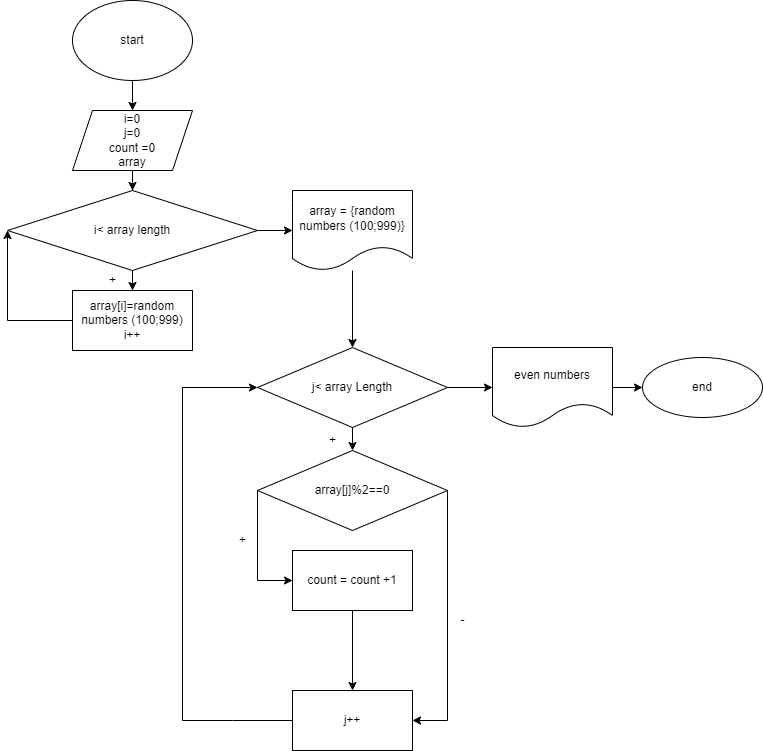
Before: 001/001(5).drawio.png, a diagram exported from draw.io (AlexandraZueva/Practical_5). Source tidied: cells renumbered, new cells last; positions are measured from the earlier drawing's top-left corner, leaving out a move shared by most shapes.
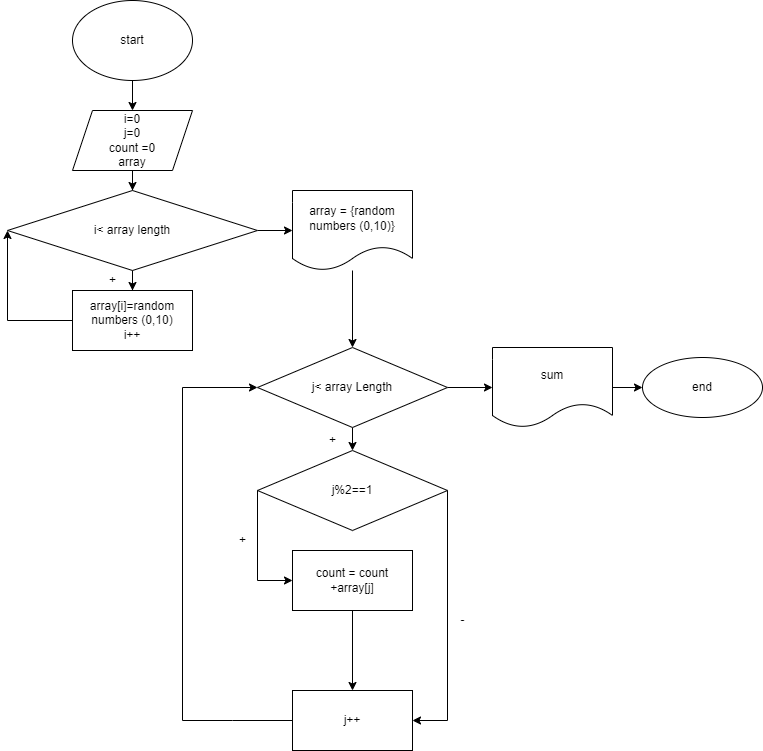
Later version of the same file.

What changed in the source:
```diff
@@ -23,7 +23,7 @@
     <mxCell id="8" value="i&amp;lt; array length" style="rhombus;whiteSpace=wrap;html=1;" parent="1" vertex="1">
       <mxGeometry y="190" width="250" height="80" as="geometry" />
     </mxCell>
-    <mxCell id="9" value="array[i]=random numbers (100;999)&lt;br&gt;i++" style="whiteSpace=wrap;html=1;" parent="1" vertex="1">
+    <mxCell id="9" value="array[i]=random numbers (0,10)&lt;br&gt;i++" style="whiteSpace=wrap;html=1;" parent="1" vertex="1">
       <mxGeometry x="65" y="290" width="120" height="60" as="geometry" />
     </mxCell>
     <mxCell id="10" style="endArrow=classic;html=1;rounded=0;exitX=0;exitY=0.5;exitDx=0;exitDy=0;entryX=0;entryY=0.5;entryDx=0;entryDy=0;" parent="1" edge="1" source="9" target="8">
@@ -39,7 +39,7 @@
     <mxCell id="12" style="edgeStyle=orthogonalEdgeStyle;rounded=0;jettySize=auto;html=1;" parent="1" edge="1" source="13" target="16">
       <mxGeometry relative="1" as="geometry" />
     </mxCell>
-    <mxCell id="13" value="array = {random numbers (100;999)}" style="shape=document;whiteSpace=wrap;html=1;boundedLbl=1;" parent="1" vertex="1">
+    <mxCell id="13" value="array = {random numbers (0,10)}" style="shape=document;whiteSpace=wrap;html=1;boundedLbl=1;" parent="1" vertex="1">
       <mxGeometry x="285" y="190" width="120" height="80" as="geometry" />
     </mxCell>
     <mxCell id="14" style="edgeStyle=orthogonalEdgeStyle;rounded=0;jettySize=auto;html=1;" parent="1" edge="1" source="16" target="17">
@@ -51,7 +51,7 @@
     <mxCell id="16" value="j&amp;lt; array Length" style="rhombus;whiteSpace=wrap;html=1;" parent="1" vertex="1">
       <mxGeometry x="250" y="347" width="190" height="80" as="geometry" />
     </mxCell>
-    <mxCell id="17" value="array[j]%2==0" style="rhombus;whiteSpace=wrap;html=1;" parent="1" vertex="1">
+    <mxCell id="17" value="j%2==1" style="rhombus;whiteSpace=wrap;html=1;" parent="1" vertex="1">
       <mxGeometry x="250" y="450" width="190" height="80" as="geometry" />
     </mxCell>
     <mxCell id="18" value="+" style="text;html=1;align=center;verticalAlign=middle;strokeColor=none;fillColor=none;" parent="1" vertex="1">
@@ -60,7 +60,7 @@
     <mxCell id="19" style="edgeStyle=orthogonalEdgeStyle;rounded=0;jettySize=auto;html=1;" parent="1" edge="1" source="20" target="22">
       <mxGeometry relative="1" as="geometry" />
     </mxCell>
-    <mxCell id="20" value="count = count +1&lt;br&gt;" style="whiteSpace=wrap;html=1;" parent="1" vertex="1">
+    <mxCell id="20" value="count = count +array[j]" style="whiteSpace=wrap;html=1;" parent="1" vertex="1">
       <mxGeometry x="285" y="550" width="120" height="60" as="geometry" />
     </mxCell>
     <mxCell id="21" value="+" style="text;html=1;align=center;verticalAlign=middle;strokeColor=none;fillColor=none;" parent="1" vertex="1">
@@ -98,7 +98,7 @@
     <mxCell id="27" style="edgeStyle=orthogonalEdgeStyle;rounded=0;jettySize=auto;html=1;" parent="1" edge="1" source="28" target="29">
       <mxGeometry relative="1" as="geometry" />
     </mxCell>
-    <mxCell id="28" value="even numbers" style="shape=document;whiteSpace=wrap;html=1;boundedLbl=1;" parent="1" vertex="1">
+    <mxCell id="28" value="sum" style="shape=document;whiteSpace=wrap;html=1;boundedLbl=1;" parent="1" vertex="1">
       <mxGeometry x="485" y="347" width="120" height="80" as="geometry" />
     </mxCell>
     <mxCell id="29" value="end" style="ellipse;whiteSpace=wrap;html=1;" parent="1" vertex="1">
```
